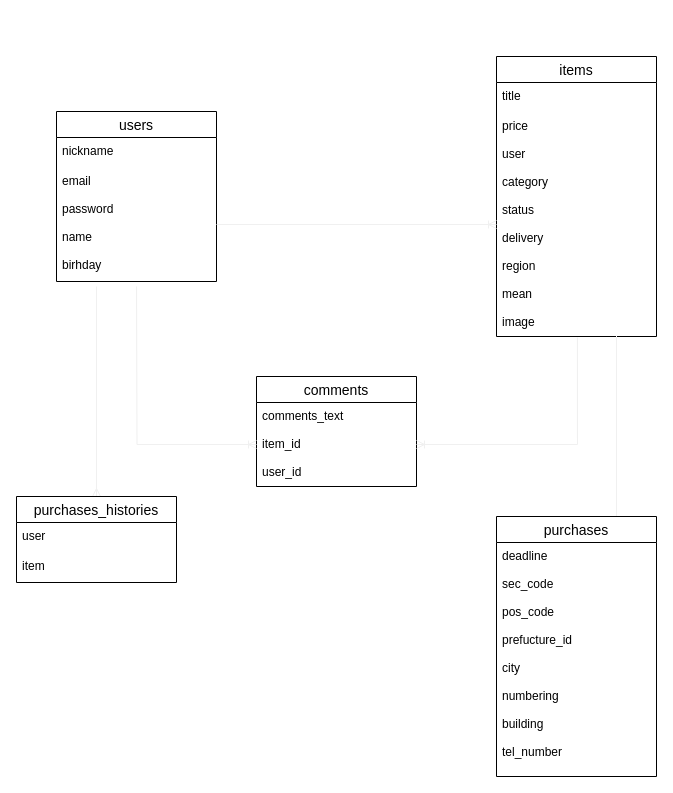
Earlier version of the draw.io diagram FurimER.dio (ackey-getup/furima-33448). Source tidied: cells renumbered, new cells numbered last; positions are measured from the earlier drawing's top-left corner, leaving out a move shared by most shapes. Both pictures are drawn from the tidied source at 100%, with x=0, y=0 at pixel (16, 56).
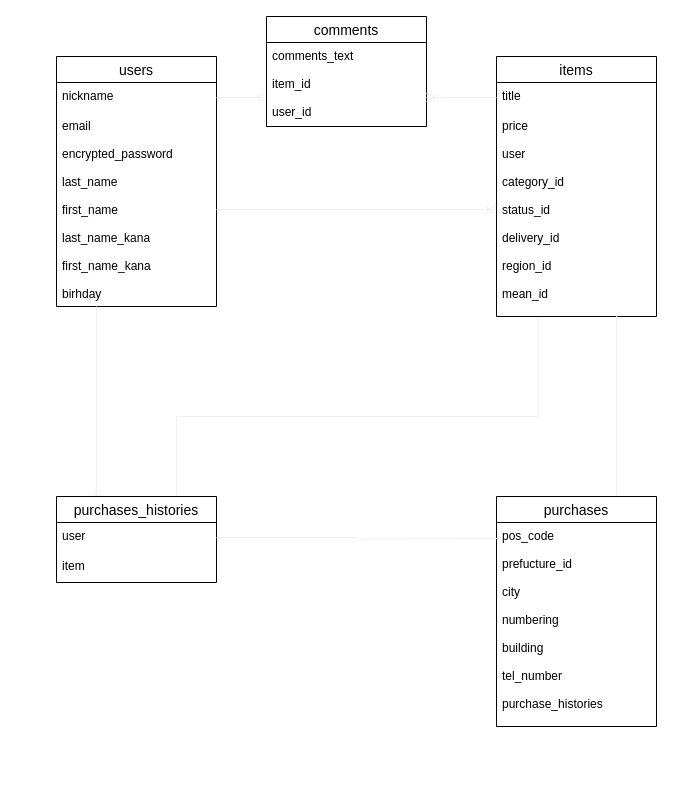
After the change.

The change refers to these unchanged cells:
```xml
<mxCell id="3" value="nickname" style="text;strokeColor=none;fillColor=none;spacingLeft=4;spacingRight=4;overflow=hidden;points=[[0,0.5],[1,0.5]];portConstraint=eastwest;fontSize=12;" parent="2" vertex="1">
  <mxGeometry y="26" width="160" height="30" as="geometry" />
</mxCell>
<mxCell id="6" value="title&#10;&#10;" style="text;strokeColor=none;fillColor=none;spacingLeft=4;spacingRight=4;overflow=hidden;points=[[0,0.5],[1,0.5]];portConstraint=eastwest;fontSize=12;" parent="5" vertex="1">
  <mxGeometry y="26" width="160" height="30" as="geometry" />
</mxCell>
<mxCell id="9" value="comments_text&#10;&#10;item_id&#10;&#10;user_id" style="text;strokeColor=none;fillColor=none;spacingLeft=4;spacingRight=4;overflow=hidden;points=[[0,0.5],[1,0.5]];portConstraint=eastwest;fontSize=12;" parent="8" vertex="1">
  <mxGeometry y="26" width="160" height="84" as="geometry" />
</mxCell>
<mxCell id="18" value="user" style="text;strokeColor=none;fillColor=none;spacingLeft=4;spacingRight=4;overflow=hidden;points=[[0,0.5],[1,0.5]];portConstraint=eastwest;fontSize=12;" parent="17" vertex="1">
  <mxGeometry y="26" width="160" height="30" as="geometry" />
</mxCell>
```

Change to the diagram source:
```diff
@@
     <mxCell id="2" value="users" style="swimlane;fontStyle=0;horizontal=1;startSize=26;align=center;fontSize=14;" parent="1" vertex="1">
-      <mxGeometry x="40" y="55" width="160" height="170" as="geometry" />
+      <mxGeometry x="40" width="160" height="250" as="geometry" />
     </mxCell>
@@
-    <mxCell id="4" value="email&#10;&#10;password&#10;&#10;name&#10;&#10;birhday" style="text;strokeColor=none;fillColor=none;spacingLeft=4;spacingRight=4;overflow=hidden;points=[[0,0.5],[1,0.5]];portConstraint=eastwest;fontSize=12;" parent="2" vertex="1">
-      <mxGeometry y="56" width="160" height="114" as="geometry" />
+    <mxCell id="4" value="email&#10;&#10;encrypted_password&#10;&#10;last_name&#10;&#10;first_name&#10;&#10;last_name_kana&#10;&#10;first_name_kana&#10;&#10;birhday" style="text;strokeColor=none;fillColor=none;spacingLeft=4;spacingRight=4;overflow=hidden;points=[[0,0.5],[1,0.5]];portConstraint=eastwest;fontSize=12;" parent="2" vertex="1">
+      <mxGeometry y="56" width="160" height="194" as="geometry" />
     </mxCell>
     <mxCell id="5" value="items" style="swimlane;fontStyle=0;horizontal=1;startSize=26;align=center;fontSize=14;" parent="1" vertex="1">
-      <mxGeometry x="480" width="160" height="280" as="geometry" />
+      <mxGeometry x="480" width="160" height="260" as="geometry" />
     </mxCell>
@@
-    <mxCell id="7" value="price&#10;&#10;user&#10;&#10;category&#10;&#10;status&#10;&#10;delivery&#10;&#10;region&#10;&#10;mean&#10;&#10;image" style="text;strokeColor=none;fillColor=none;spacingLeft=4;spacingRight=4;overflow=hidden;points=[[0,0.5],[1,0.5]];portConstraint=eastwest;fontSize=12;" parent="5" vertex="1">
-      <mxGeometry y="56" width="160" height="224" as="geometry" />
+    <mxCell id="7" value="price&#10;&#10;user&#10;&#10;category_id&#10;&#10;status_id&#10;&#10;delivery_id&#10;&#10;region_id&#10;&#10;mean_id" style="text;strokeColor=none;fillColor=none;spacingLeft=4;spacingRight=4;overflow=hidden;points=[[0,0.5],[1,0.5]];portConstraint=eastwest;fontSize=12;" parent="5" vertex="1">
+      <mxGeometry y="56" width="160" height="204" as="geometry" />
     </mxCell>
     <mxCell id="8" value="comments" style="swimlane;fontStyle=0;horizontal=1;startSize=26;align=center;fontSize=14;" parent="1" vertex="1">
-      <mxGeometry x="240" y="320" width="160" height="110" as="geometry" />
+      <mxGeometry x="250" y="-40" width="160" height="110" as="geometry" />
     </mxCell>
@@
-    <mxCell id="10" style="edgeStyle=orthogonalEdgeStyle;rounded=0;jettySize=auto;html=1;exitX=0;exitY=0.5;exitDx=0;exitDy=0;entryX=1;entryY=0.5;entryDx=0;entryDy=0;startArrow=ERoneToMany;startFill=0;strokeColor=#f0f0f0;endArrow=none;endFill=0;" parent="1" edge="1" source="7" target="4">
-      <mxGeometry relative="1" as="geometry" />
-    </mxCell>
-    <mxCell id="11" style="edgeStyle=orthogonalEdgeStyle;rounded=0;jettySize=auto;html=1;exitX=0;exitY=0.5;exitDx=0;exitDy=0;startArrow=ERoneToMany;startFill=0;endArrow=none;endFill=0;strokeColor=#f0f0f0;" parent="1" edge="1" source="9">
-      <mxGeometry relative="1" as="geometry">
-        <mxPoint x="120" y="230" as="targetPoint" />
-      </mxGeometry>
-    </mxCell>
-    <mxCell id="12" style="edgeStyle=orthogonalEdgeStyle;rounded=0;jettySize=auto;html=1;entryX=0.506;entryY=1.004;entryDx=0;entryDy=0;entryPerimeter=0;startArrow=ERoneToMany;startFill=0;endArrow=none;endFill=0;strokeColor=#f0f0f0;" parent="1" edge="1" source="9" target="7">
-      <mxGeometry relative="1" as="geometry" />
+    <mxCell id="12" style="edgeStyle=orthogonalEdgeStyle;rounded=0;jettySize=auto;html=1;entryX=0;entryY=0.5;entryDx=0;entryDy=0;startArrow=ERoneToMany;startFill=0;endArrow=none;endFill=0;strokeColor=#f0f0f0;" parent="1" edge="1" source="9" target="6">
+      <mxGeometry relative="1" as="geometry">
+        <Array as="points">
+          <mxPoint x="430" y="41" />
+          <mxPoint x="430" y="41" />
+        </Array>
+      </mxGeometry>
     </mxCell>
@@
     <mxCell id="14" value="purchases" style="swimlane;fontStyle=0;horizontal=1;startSize=26;align=center;fontSize=14;" parent="1" vertex="1">
-      <mxGeometry x="480" y="460" width="160" height="260" as="geometry" />
+      <mxGeometry x="480" y="440" width="160" height="230" as="geometry" />
     </mxCell>
-    <mxCell id="15" value="deadline&#10;&#10;sec_code&#10;&#10;pos_code&#10;&#10;prefucture_id&#10;&#10;city&#10;&#10;numbering&#10;&#10;building&#10;&#10;tel_number" style="text;strokeColor=none;fillColor=none;spacingLeft=4;spacingRight=4;overflow=hidden;fontSize=12;" parent="14" vertex="1">
-      <mxGeometry y="26" width="160" height="234" as="geometry" />
+    <mxCell id="15" value="pos_code&#10;&#10;prefucture_id&#10;&#10;city&#10;&#10;numbering&#10;&#10;building&#10;&#10;tel_number&#10;&#10;purchase_histories" style="text;strokeColor=none;fillColor=none;spacingLeft=4;spacingRight=4;overflow=hidden;fontSize=12;" parent="14" vertex="1">
+      <mxGeometry y="26" width="160" height="204" as="geometry" />
     </mxCell>
-    <mxCell id="16" style="edgeStyle=orthogonalEdgeStyle;rounded=0;jettySize=auto;html=1;exitX=0.5;exitY=0;exitDx=0;exitDy=0;startArrow=ERmany;startFill=0;endArrow=none;endFill=0;strokeColor=#f0f0f0;" parent="1" edge="1" source="17">
+    <mxCell id="16" style="edgeStyle=orthogonalEdgeStyle;rounded=0;jettySize=auto;html=1;exitX=0.25;exitY=0;exitDx=0;exitDy=0;startArrow=ERmany;startFill=0;endArrow=none;endFill=0;strokeColor=#f0f0f0;" parent="1" edge="1" source="17">
       <mxGeometry relative="1" as="geometry">
-        <mxPoint x="80" y="230" as="targetPoint" />
+        <mxPoint x="80" y="250" as="targetPoint" />
       </mxGeometry>
     </mxCell>
+    <mxCell id="20" style="edgeStyle=orthogonalEdgeStyle;rounded=0;jettySize=auto;html=1;exitX=0.75;exitY=0;exitDx=0;exitDy=0;entryX=0.263;entryY=1.004;entryDx=0;entryDy=0;entryPerimeter=0;startArrow=none;startFill=0;endArrow=none;endFill=0;strokeColor=#f0f0f0;" parent="1" edge="1" source="17" target="7">
+      <mxGeometry relative="1" as="geometry">
+        <Array as="points">
+          <mxPoint x="160" y="360" />
+          <mxPoint x="522" y="360" />
+        </Array>
+      </mxGeometry>
+    </mxCell>
     <mxCell id="17" value="purchases_histories" style="swimlane;fontStyle=0;horizontal=1;startSize=26;align=center;fontSize=14;" parent="1" vertex="1">
-      <mxGeometry y="440" width="160" height="86" as="geometry" />
+      <mxGeometry x="40" y="440" width="160" height="86" as="geometry" />
     </mxCell>
@@
+    <mxCell id="21" style="edgeStyle=orthogonalEdgeStyle;rounded=0;jettySize=auto;html=1;exitX=1;exitY=0.5;exitDx=0;exitDy=0;entryX=-0.012;entryY=0.655;entryDx=0;entryDy=0;entryPerimeter=0;startArrow=none;startFill=0;endArrow=ERmany;endFill=0;strokeColor=#f0f0f0;" parent="1" edge="1" source="3" target="9">
+      <mxGeometry relative="1" as="geometry" />
+    </mxCell>
+    <mxCell id="22" style="edgeStyle=orthogonalEdgeStyle;rounded=0;jettySize=auto;html=1;exitX=1;exitY=0.5;exitDx=0;exitDy=0;startArrow=none;startFill=0;endArrow=none;endFill=0;strokeColor=#f0f0f0;" parent="1" edge="1" source="18">
+      <mxGeometry relative="1" as="geometry">
+        <mxPoint x="482" y="482" as="targetPoint" />
+      </mxGeometry>
+    </mxCell>
+    <mxCell id="23" style="edgeStyle=orthogonalEdgeStyle;rounded=0;jettySize=auto;html=1;exitX=1;exitY=0.5;exitDx=0;exitDy=0;startArrow=none;startFill=0;endArrow=ERoneToMany;endFill=0;strokeColor=#f0f0f0;" parent="1" edge="1" source="4">
+      <mxGeometry relative="1" as="geometry">
+        <mxPoint x="479" y="153" as="targetPoint" />
+        <Array as="points">
+          <mxPoint x="479" y="153" />
+        </Array>
+      </mxGeometry>
+    </mxCell>
```
